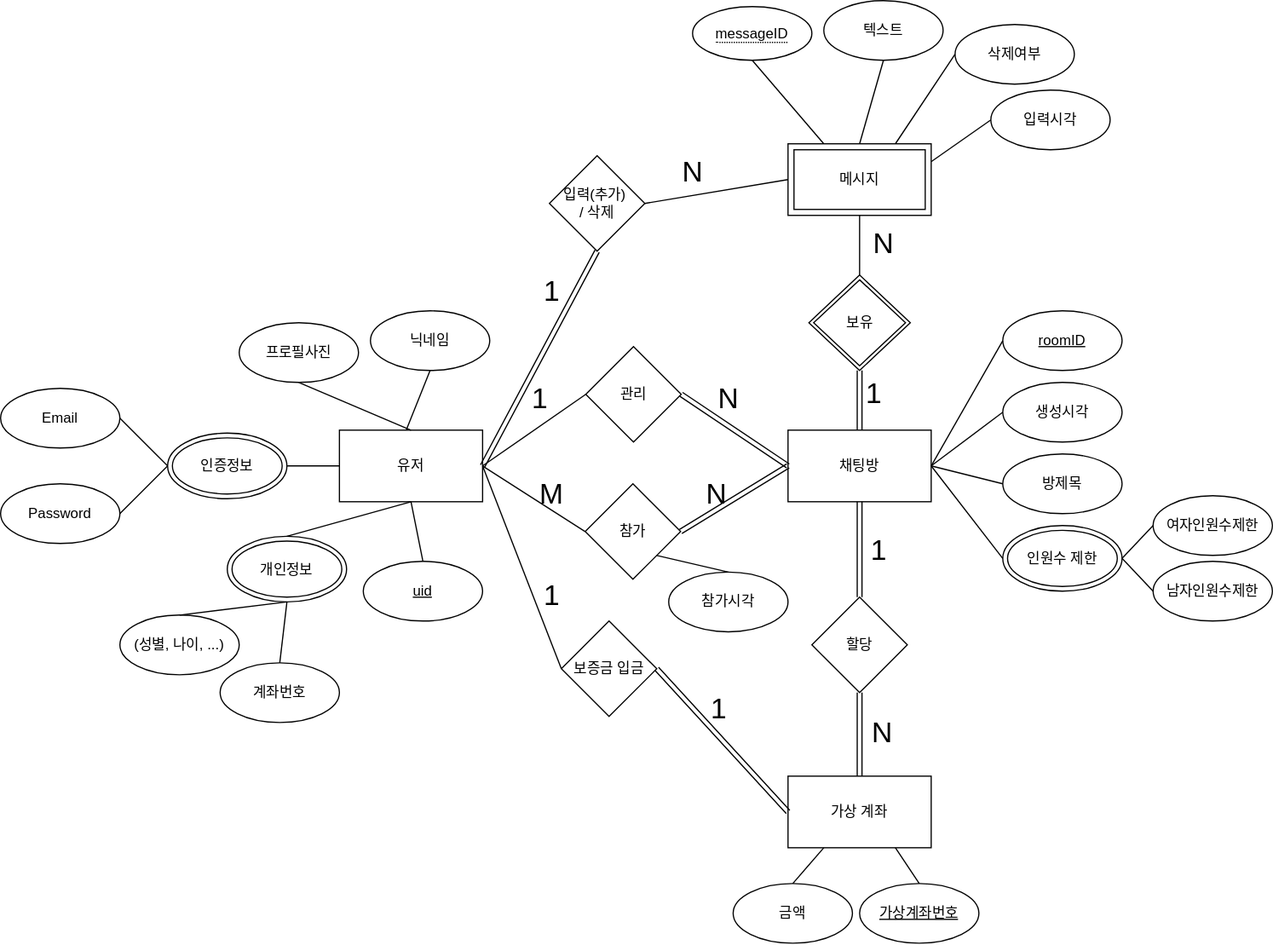
The draw.io diagram diagrams/DB_conceptual_design.drawio.svg in RGB234/meeting_app, before a commit. Source tidied: cells renumbered, new cells last; positions are measured from the earlier drawing's top-left corner, leaving out a move shared by most shapes.
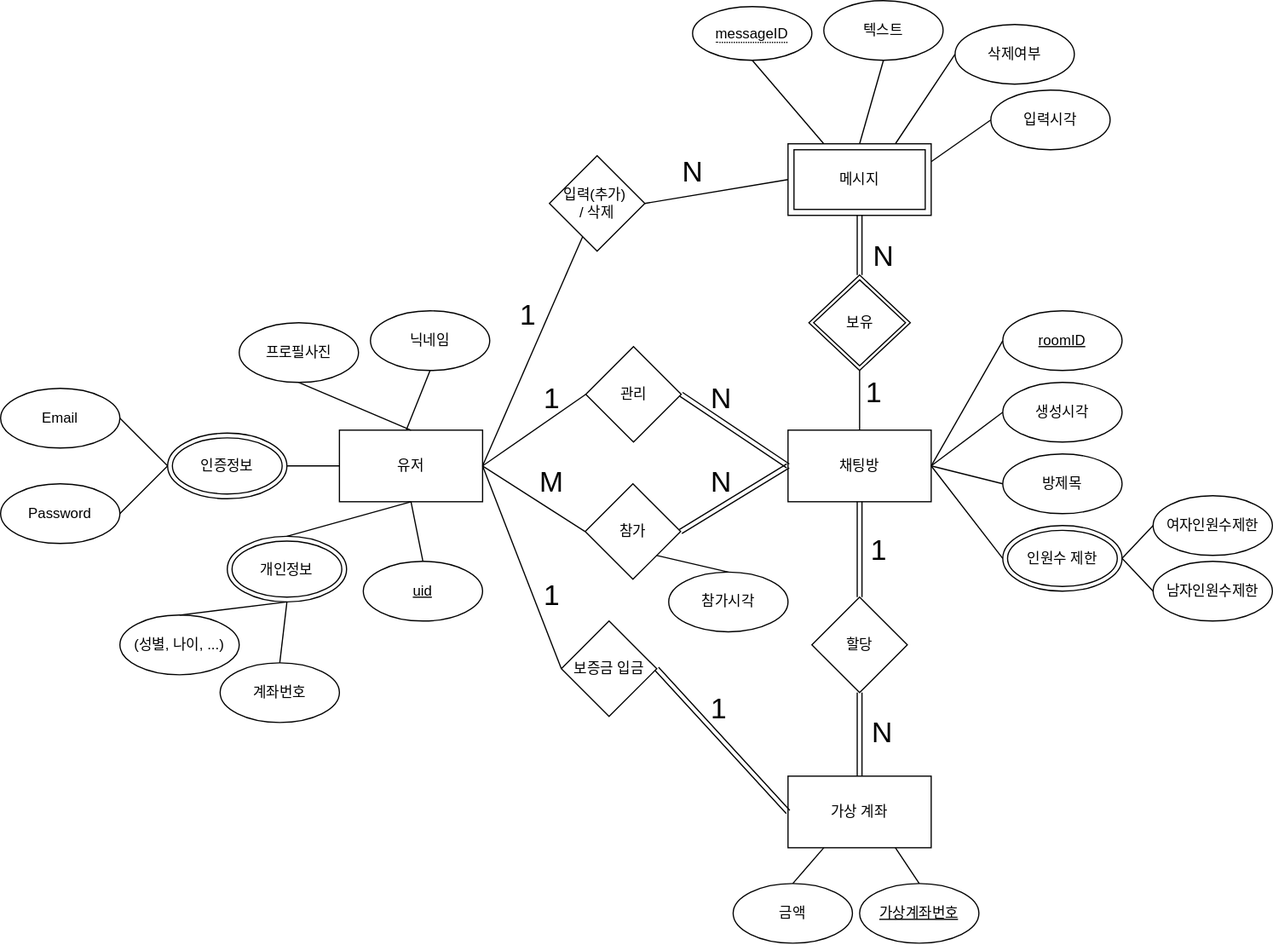
The same diagram one commit later.

Change to the diagram source:
```diff
@@ -111,7 +111,7 @@
     </mxCell>
     <mxCell id="37" value="N" style="html=1;whiteSpace=wrap;align=right;verticalAlign=bottom;fontSize=24;" parent="36" vertex="1">
       <mxGeometry x="1" relative="1" as="geometry">
-        <mxPoint x="-40" y="-40" as="offset" />
+        <mxPoint x="-46" y="-40" as="offset" />
       </mxGeometry>
     </mxCell>
     <mxCell id="38" style="endArrow=none;html=1;rounded=0;entryX=1;entryY=0.5;entryDx=0;entryDy=0;exitX=0;exitY=0.5;exitDx=0;exitDy=0;" parent="1" edge="1" source="2" target="4">
@@ -119,7 +119,7 @@
     </mxCell>
     <mxCell id="39" value="1" style="html=1;whiteSpace=wrap;align=right;verticalAlign=bottom;fontSize=24;direction=south;" parent="38" vertex="1">
       <mxGeometry x="1" relative="1" as="geometry">
-        <mxPoint x="56" y="-40" as="offset" />
+        <mxPoint x="66" y="-40" as="offset" />
       </mxGeometry>
     </mxCell>
     <mxCell id="40" style="shape=link;html=1;rounded=0;entryX=0;entryY=0.5;entryDx=0;entryDy=0;exitX=1;exitY=0.5;exitDx=0;exitDy=0;" parent="1" edge="1" source="3" target="5">
@@ -127,7 +127,7 @@
     </mxCell>
     <mxCell id="41" value="N" style="html=1;whiteSpace=wrap;align=right;verticalAlign=bottom;fontSize=24;" parent="40" vertex="1">
       <mxGeometry x="1" relative="1" as="geometry">
-        <mxPoint x="-50" y="40" as="offset" />
+        <mxPoint x="-46" y="30" as="offset" />
       </mxGeometry>
     </mxCell>
     <mxCell id="42" style="endArrow=none;html=1;rounded=0;entryX=0;entryY=0.5;entryDx=0;entryDy=0;exitX=1;exitY=0.5;exitDx=0;exitDy=0;" parent="1" edge="1" source="4" target="3">
@@ -135,7 +135,7 @@
     </mxCell>
     <mxCell id="43" value="&lt;font style=&quot;font-size: 24px;&quot;&gt;M&lt;/font&gt;" style="html=1;whiteSpace=wrap;align=left;verticalAlign=bottom;direction=south;" parent="42" vertex="1">
       <mxGeometry x="-1" relative="1" as="geometry">
-        <mxPoint x="46" y="40" as="offset" />
+        <mxPoint x="46" y="30" as="offset" />
       </mxGeometry>
     </mxCell>
     <mxCell id="44" value="할당" style="rhombus;whiteSpace=wrap;html=1;" parent="1" vertex="1">
@@ -239,29 +239,27 @@
     <mxCell id="74" value="&lt;span style=&quot;border-bottom: 1px dotted&quot;&gt;messageID&lt;/span&gt;" style="ellipse;whiteSpace=wrap;html=1;align=center;" parent="1" vertex="1">
       <mxGeometry x="580" y="5" width="100" height="45" as="geometry" />
     </mxCell>
-    <mxCell id="75" style="shape=link;html=1;rounded=0;entryX=0.5;entryY=1;entryDx=0;entryDy=0;exitX=0.5;exitY=0;exitDx=0;exitDy=0;" parent="1" edge="1" source="5" target="72">
-      <mxGeometry relative="1" as="geometry" />
-    </mxCell>
-    <mxCell id="76" value="1" style="html=1;whiteSpace=wrap;align=right;verticalAlign=bottom;fontSize=24;" parent="75" vertex="1">
-      <mxGeometry x="1" relative="1" as="geometry">
-        <mxPoint x="20" y="36" as="offset" />
-      </mxGeometry>
-    </mxCell>
-    <mxCell id="77" style="endArrow=none;html=1;rounded=0;entryX=0.5;entryY=0;entryDx=0;entryDy=0;exitX=0.5;exitY=1;exitDx=0;exitDy=0;" parent="1" edge="1" source="73" target="72">
-      <mxGeometry relative="1" as="geometry" />
-    </mxCell>
+    <mxCell id="81" style="endArrow=none;html=1;rounded=0;entryX=1;entryY=0.5;entryDx=0;entryDy=0;" parent="1" edge="1" source="6" target="4">
+      <mxGeometry relative="1" as="geometry" />
+    </mxCell>
+    <mxCell id="82" value="1" style="html=1;whiteSpace=wrap;align=right;verticalAlign=bottom;fontSize=24;direction=south;" parent="81" vertex="1">
+      <mxGeometry x="1" relative="1" as="geometry">
+        <mxPoint x="46" y="-110" as="offset" />
+      </mxGeometry>
+    </mxCell>
+    <mxCell id="83" style="endArrow=none;html=1;rounded=0;entryX=0.5;entryY=0;entryDx=0;entryDy=0;exitX=0.5;exitY=1;exitDx=0;exitDy=0;" parent="1" edge="1" source="72" target="5">
+      <mxGeometry relative="1" as="geometry" />
+    </mxCell>
+    <mxCell id="84" style="shape=link;html=1;rounded=0;entryX=0.5;entryY=1;entryDx=0;entryDy=0;exitX=0.5;exitY=0;exitDx=0;exitDy=0;" parent="1" edge="1" source="72" target="73">
+      <mxGeometry relative="1" as="geometry" />
+    </mxCell>
-    <mxCell id="78" value="N" style="html=1;whiteSpace=wrap;align=right;verticalAlign=bottom;fontSize=24;direction=south;" parent="77" vertex="1">
+    <mxCell id="78" value="N" style="html=1;whiteSpace=wrap;align=right;verticalAlign=bottom;fontSize=24;" parent="84" vertex="1">
       <mxGeometry x="1" relative="1" as="geometry">
-        <mxPoint x="30" y="-11" as="offset" />
+        <mxPoint x="30" y="51" as="offset" />
       </mxGeometry>
     </mxCell>
-    <mxCell id="79" style="shape=link;html=1;rounded=0;entryX=0.5;entryY=1;entryDx=0;entryDy=0;exitX=1;exitY=0.5;exitDx=0;exitDy=0;" parent="1" edge="1" source="4" target="6">
-      <mxGeometry relative="1" as="geometry" />
-    </mxCell>
-    <mxCell id="80" value="1" style="html=1;whiteSpace=wrap;align=right;verticalAlign=bottom;fontSize=24;" parent="79" vertex="1">
-      <mxGeometry x="1" relative="1" as="geometry">
-        <mxPoint x="-30" y="50" as="offset" />
-      </mxGeometry>
-    </mxCell>
+    <mxCell id="85" value="1" style="html=1;whiteSpace=wrap;align=right;verticalAlign=bottom;fontSize=24;" parent="1" vertex="1">
+      <mxGeometry x="740" y="345" as="geometry" />
+    </mxCell>
   </root>
 </mxGraphModel>
```
